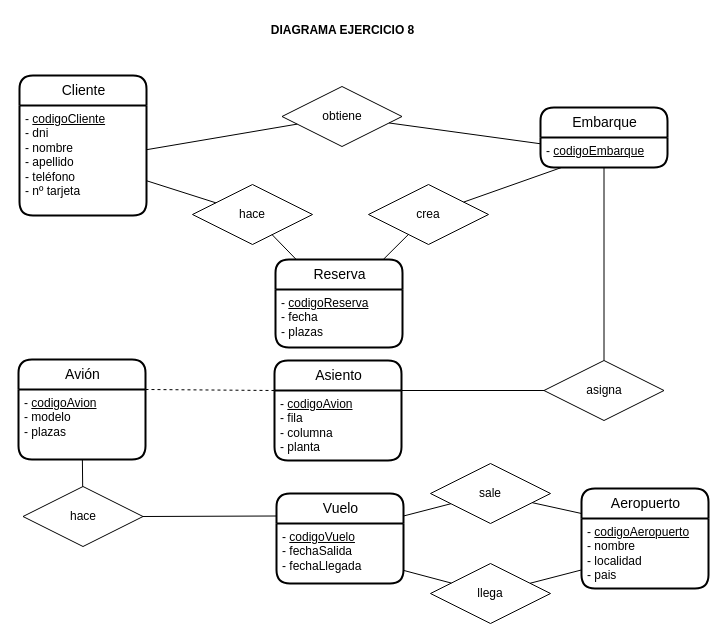
This is ex08.drawio from JuanMarinG/TA12_MYSQL, a draw.io file, before an edit. Source tidied: cells renumbered, new cells numbered last; positions are measured from the earlier drawing's top-left corner, leaving out a move shared by most shapes. Both pictures are drawn from the tidied source at 100%, with x=0, y=0 at pixel (18, 17).
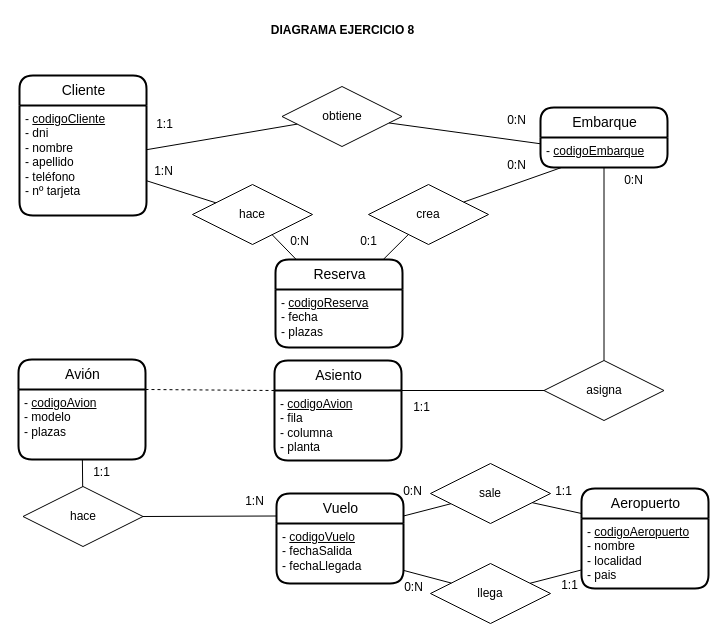
Above is the later version.

Commit message:
Añadir Cardinalidades

Change to the diagram source:
```diff
@@
+    <mxCell id="39" value="0:N" style="text;html=1;align=center;verticalAlign=middle;strokeColor=none;fillColor=none;" parent="1" vertex="1">
+      <mxGeometry x="479" y="90" width="37" height="26" as="geometry" />
+    </mxCell>
+    <mxCell id="40" value="1:1" style="text;html=1;align=center;verticalAlign=middle;strokeColor=none;fillColor=none;" parent="1" vertex="1">
+      <mxGeometry x="128" y="94" width="35" height="26" as="geometry" />
+    </mxCell>
+    <mxCell id="41" value="0:N" style="text;html=1;align=center;verticalAlign=middle;strokeColor=none;fillColor=none;" parent="1" vertex="1">
+      <mxGeometry x="262" y="211" width="37" height="26" as="geometry" />
+    </mxCell>
+    <mxCell id="42" value="1:N" style="text;html=1;align=center;verticalAlign=middle;strokeColor=none;fillColor=none;" parent="1" vertex="1">
+      <mxGeometry x="126" y="141" width="37" height="26" as="geometry" />
+    </mxCell>
+    <mxCell id="43" value="0:1" style="text;html=1;align=center;verticalAlign=middle;strokeColor=none;fillColor=none;" parent="1" vertex="1">
+      <mxGeometry x="332" y="211" width="35" height="26" as="geometry" />
+    </mxCell>
+    <mxCell id="44" value="0:N" style="text;html=1;align=center;verticalAlign=middle;strokeColor=none;fillColor=none;" parent="1" vertex="1">
+      <mxGeometry x="479" y="135" width="37" height="26" as="geometry" />
+    </mxCell>
+    <mxCell id="45" value="0:N" style="text;html=1;align=center;verticalAlign=middle;strokeColor=none;fillColor=none;" parent="1" vertex="1">
+      <mxGeometry x="596" y="150" width="37" height="26" as="geometry" />
+    </mxCell>
+    <mxCell id="46" value="1:1" style="text;html=1;align=center;verticalAlign=middle;strokeColor=none;fillColor=none;" parent="1" vertex="1">
+      <mxGeometry x="385" y="377" width="35" height="26" as="geometry" />
+    </mxCell>
+    <mxCell id="47" value="1:1" style="text;html=1;align=center;verticalAlign=middle;strokeColor=none;fillColor=none;" parent="1" vertex="1">
+      <mxGeometry x="65" y="442" width="35" height="26" as="geometry" />
+    </mxCell>
+    <mxCell id="48" value="1:N" style="text;html=1;align=center;verticalAlign=middle;strokeColor=none;fillColor=none;" parent="1" vertex="1">
+      <mxGeometry x="217" y="471" width="37" height="26" as="geometry" />
+    </mxCell>
+    <mxCell id="49" value="1:1" style="text;html=1;align=center;verticalAlign=middle;strokeColor=none;fillColor=none;" parent="1" vertex="1">
+      <mxGeometry x="527" y="461" width="35" height="26" as="geometry" />
+    </mxCell>
+    <mxCell id="50" value="1:1" style="text;html=1;align=center;verticalAlign=middle;strokeColor=none;fillColor=none;" parent="1" vertex="1">
+      <mxGeometry x="533" y="555" width="35" height="26" as="geometry" />
+    </mxCell>
+    <mxCell id="51" value="0:N" style="text;html=1;align=center;verticalAlign=middle;strokeColor=none;fillColor=none;" parent="1" vertex="1">
+      <mxGeometry x="375" y="461" width="37" height="26" as="geometry" />
+    </mxCell>
+    <mxCell id="52" value="0:N" style="text;html=1;align=center;verticalAlign=middle;strokeColor=none;fillColor=none;" parent="1" vertex="1">
+      <mxGeometry x="376" y="557" width="37" height="26" as="geometry" />
+    </mxCell>
```
